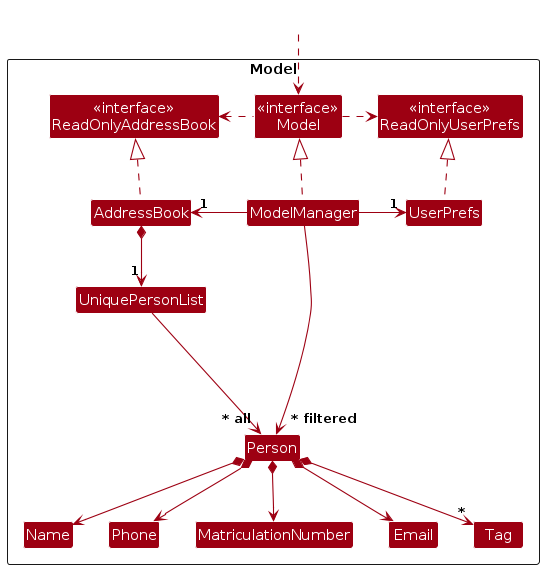
Before: diagrams/ModelClassDiagram.png, a diagram exported from PlantUML (AY2526S1-CS2103T-W11-2/tp). Its source is kept beside it as diagrams/ModelClassDiagram.puml. Source of this version:
```plantuml
@startuml
!include style.puml
skinparam arrowThickness 1.1
skinparam arrowColor MODEL_COLOR
skinparam classBackgroundColor MODEL_COLOR

Package Model as ModelPackage <<Rectangle>>{
Class "<<interface>>\nReadOnlyAddressBook" as ReadOnlyAddressBook
Class "<<interface>>\nReadOnlyUserPrefs" as ReadOnlyUserPrefs
Class "<<interface>>\nModel" as Model
Class AddressBook
Class ModelManager
Class UserPrefs

Class UniquePersonList
Class Person
Class MatriculationNumber
Class Email
Class Name
Class Phone
Class Tag

Class I #FFFFFF
}

Class HiddenOutside #FFFFFF
HiddenOutside ..> Model

AddressBook .up.|> ReadOnlyAddressBook

ModelManager .up.|> Model
Model .right.> ReadOnlyUserPrefs
Model .left.> ReadOnlyAddressBook
ModelManager -left-> "1" AddressBook
ModelManager -right-> "1" UserPrefs
UserPrefs .up.|> ReadOnlyUserPrefs

AddressBook *--> "1" UniquePersonList
UniquePersonList --> "~* all" Person
Person *--> Name
Person *--> Phone
Person *--> Email
Person *--> MatriculationNumber
Person *--> "*" Tag

Person -[hidden]up--> I
UniquePersonList -[hidden]right-> I

Name -[hidden]right-> Phone
Phone -[hidden]right-> MatriculationNumber
MatriculationNumber -[hidden]right-> Email

ModelManager --> "~* filtered" Person
@enduml
```
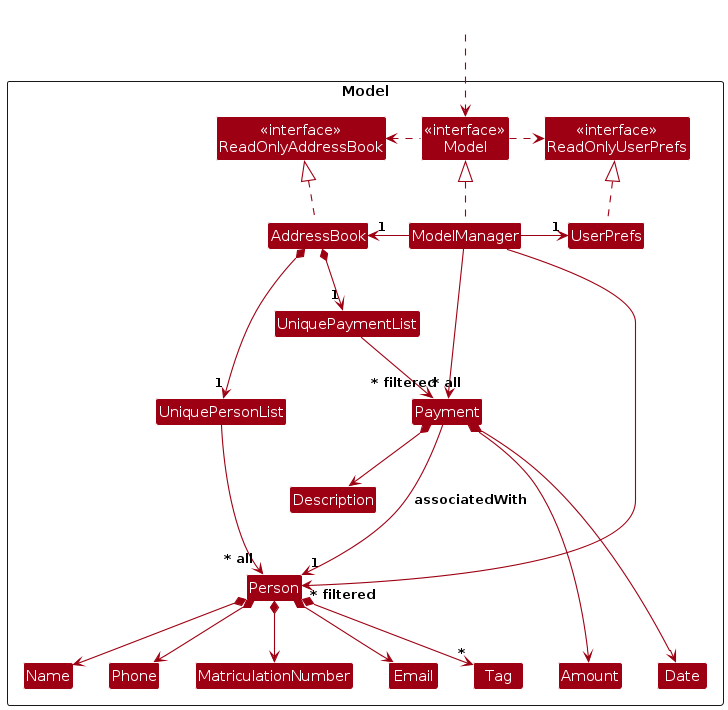
Later version of the same file.

The edit, as a diff of the source:
```diff
@@ -4,30 +4,35 @@
 skinparam arrowColor MODEL_COLOR
 skinparam classBackgroundColor MODEL_COLOR
 
-Package Model as ModelPackage <<Rectangle>>{
-Class "<<interface>>\nReadOnlyAddressBook" as ReadOnlyAddressBook
-Class "<<interface>>\nReadOnlyUserPrefs" as ReadOnlyUserPrefs
-Class "<<interface>>\nModel" as Model
-Class AddressBook
-Class ModelManager
-Class UserPrefs
+Package Model as ModelPackage <<Rectangle>> {
+  Class "<<interface>>\nReadOnlyAddressBook" as ReadOnlyAddressBook
+  Class "<<interface>>\nReadOnlyUserPrefs" as ReadOnlyUserPrefs
+  Class "<<interface>>\nModel" as Model
+  Class AddressBook
+  Class ModelManager
+  Class UserPrefs
 
-Class UniquePersonList
-Class Person
-Class MatriculationNumber
-Class Email
-Class Name
-Class Phone
-Class Tag
+  Class UniquePersonList
+  Class Person
+  Class MatriculationNumber
+  Class Email
+  Class Name
+  Class Phone
+  Class Tag
 
-Class I #FFFFFF
+  Class UniquePaymentList
+  Class Payment
+  Class Amount
+  Class Date
+  Class Description
+
+  Class I #FFFFFF
 }
 
 Class HiddenOutside #FFFFFF
 HiddenOutside ..> Model
 
 AddressBook .up.|> ReadOnlyAddressBook
-
 ModelManager .up.|> Model
 Model .right.> ReadOnlyUserPrefs
 Model .left.> ReadOnlyAddressBook
@@ -43,12 +48,25 @@
 Person *--> MatriculationNumber
 Person *--> "*" Tag
 
+AddressBook *--> "1" UniquePaymentList
+UniquePaymentList --> "~* all" Payment
+Payment *--> Amount
+Payment *--> Date
+Payment *--> Description
+Payment --> "1" Person : associatedWith
+
 Person -[hidden]up--> I
 UniquePersonList -[hidden]right-> I
+UniquePaymentList -[hidden]right-> I
+Payment -[hidden]right-> I
 
 Name -[hidden]right-> Phone
 Phone -[hidden]right-> MatriculationNumber
 MatriculationNumber -[hidden]right-> Email
+Email -[hidden]right-> Amount
+Amount -[hidden]right-> Date
 
 ModelManager --> "~* filtered" Person
+ModelManager --> "~* filtered" Payment
+
 @enduml
```
